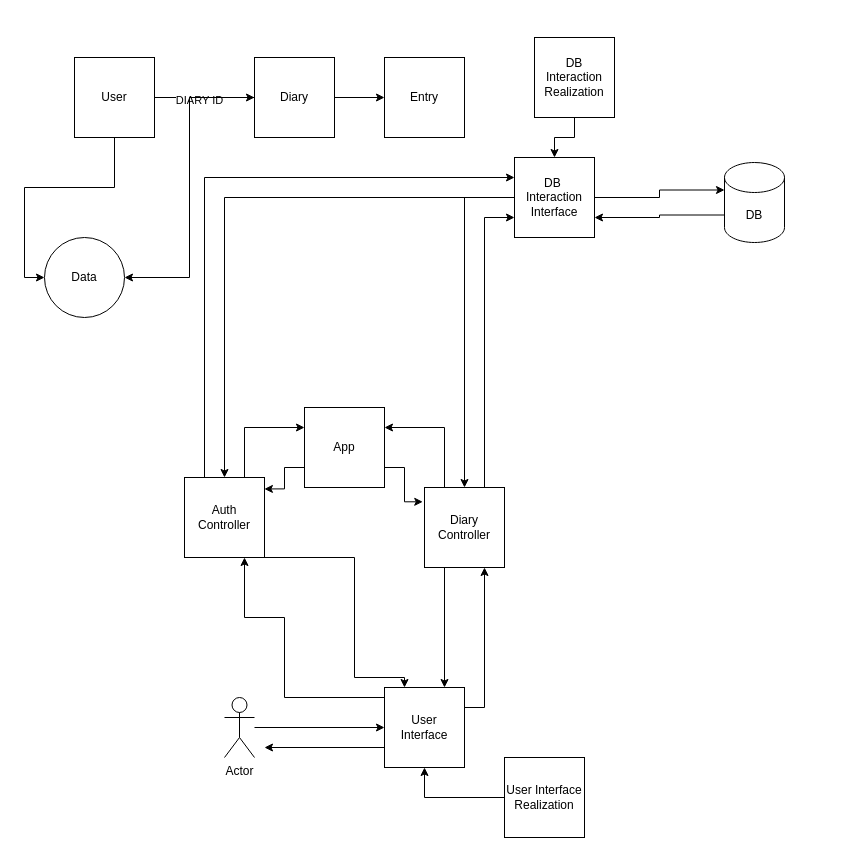
SPYASHII/DiaryApp keeps this draw.io diagram as page "Страница — 1" (1 of 5) of Diagrams/DiaryApp.drawio. Above is the earlier version. Source tidied: cells renumbered, new cells numbered last; positions are measured from the earlier drawing's top-left corner, leaving out a move shared by most shapes. Both pictures are drawn from the tidied source at 100%, with x=0, y=0 at pixel (44, 37).
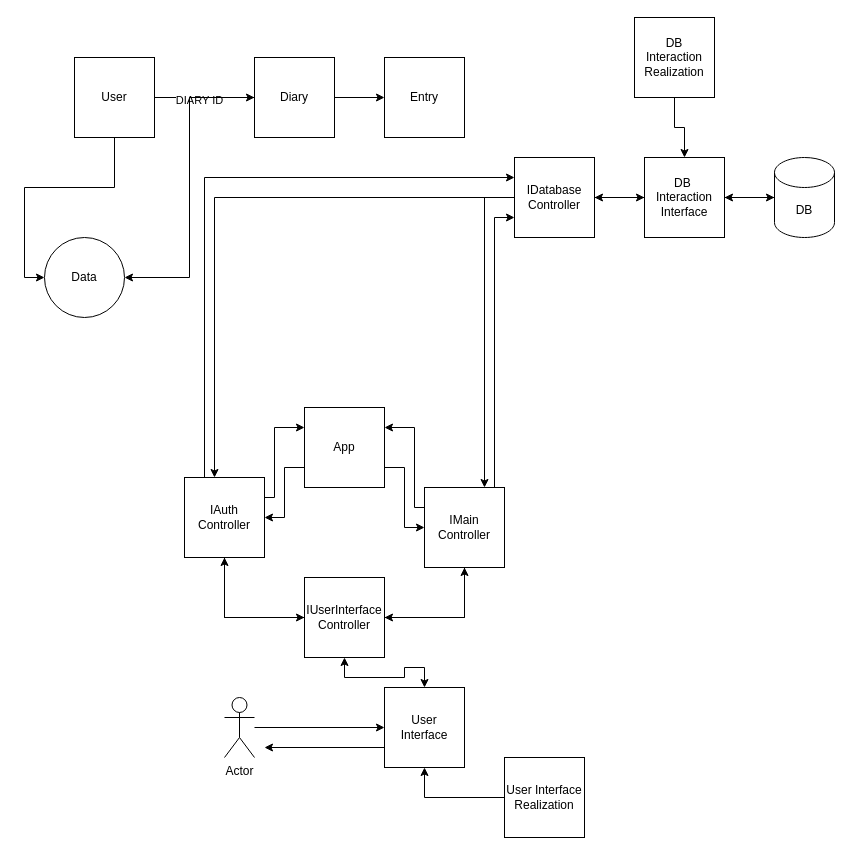
The same diagram, later.

The change refers to these unchanged cells:
```xml
<mxCell id="10" value="App" style="whiteSpace=wrap;html=1;" parent="1" vertex="1">
  <mxGeometry x="260" y="370" width="80" height="80" as="geometry" />
</mxCell>
<mxCell id="16" value="User&lt;div&gt;Interface&lt;/div&gt;" style="whiteSpace=wrap;html=1;" parent="1" vertex="1">
  <mxGeometry x="340" y="650" width="80" height="80" as="geometry" />
</mxCell>
```

What changed in the source:
```diff
@@
-    <mxCell id="14" style="edgeStyle=orthogonalEdgeStyle;rounded=0;jettySize=auto;html=1;exitX=1;exitY=0.25;exitDx=0;exitDy=0;entryX=0.75;entryY=1;entryDx=0;entryDy=0;" parent="1" edge="1" source="16" target="31">
-      <mxGeometry relative="1" as="geometry" />
-    </mxCell>
-    <mxCell id="15" style="edgeStyle=orthogonalEdgeStyle;rounded=0;jettySize=auto;html=1;exitX=0;exitY=0.25;exitDx=0;exitDy=0;entryX=0.75;entryY=1;entryDx=0;entryDy=0;" parent="1" edge="1" source="16" target="35">
-      <mxGeometry relative="1" as="geometry">
-        <Array as="points">
-          <mxPoint x="340" y="660" />
-          <mxPoint x="240" y="660" />
-          <mxPoint x="240" y="580" />
-          <mxPoint x="200" y="580" />
-        </Array>
-      </mxGeometry>
-    </mxCell>
@@
-    <mxCell id="17" style="edgeStyle=orthogonalEdgeStyle;rounded=0;jettySize=auto;html=1;exitX=0;exitY=0;exitDx=0;exitDy=52.5;exitPerimeter=0;entryX=1;entryY=0.75;entryDx=0;entryDy=0;" parent="1" edge="1" source="18" target="21">
-      <mxGeometry relative="1" as="geometry" />
-    </mxCell>
+    <mxCell id="38" style="edgeStyle=orthogonalEdgeStyle;rounded=0;jettySize=auto;html=1;" parent="1" edge="1" source="18" target="48">
+      <mxGeometry relative="1" as="geometry" />
+    </mxCell>
     <mxCell id="18" value="DB" style="shape=cylinder3;whiteSpace=wrap;html=1;boundedLbl=1;backgroundOutline=1;size=15;" parent="1" vertex="1">
-      <mxGeometry x="680" y="125" width="60" height="80" as="geometry" />
+      <mxGeometry x="730" y="120" width="60" height="80" as="geometry" />
     </mxCell>
     <mxCell id="19" style="edgeStyle=orthogonalEdgeStyle;rounded=0;jettySize=auto;html=1;" parent="1" edge="1" source="21" target="35">
-      <mxGeometry relative="1" as="geometry" />
+      <mxGeometry relative="1" as="geometry">
+        <Array as="points">
+          <mxPoint x="170" y="160" />
+        </Array>
+      </mxGeometry>
     </mxCell>
     <mxCell id="20" style="edgeStyle=orthogonalEdgeStyle;rounded=0;jettySize=auto;html=1;" parent="1" edge="1" source="21" target="31">
-      <mxGeometry relative="1" as="geometry" />
+      <mxGeometry relative="1" as="geometry">
+        <Array as="points">
+          <mxPoint x="440" y="160" />
+        </Array>
+      </mxGeometry>
     </mxCell>
+    <mxCell id="39" style="edgeStyle=orthogonalEdgeStyle;rounded=0;jettySize=auto;html=1;" parent="1" edge="1" source="21" target="48">
+      <mxGeometry relative="1" as="geometry" />
+    </mxCell>
-    <mxCell id="21" value="DB&amp;nbsp;&lt;div&gt;Interaction&lt;br&gt;Interface&lt;/div&gt;" style="whiteSpace=wrap;html=1;" parent="1" vertex="1">
+    <mxCell id="21" value="IDatabase&lt;div&gt;Controller&lt;/div&gt;" style="whiteSpace=wrap;html=1;" parent="1" vertex="1">
       <mxGeometry x="470" y="120" width="80" height="80" as="geometry" />
     </mxCell>
-    <mxCell id="22" style="edgeStyle=orthogonalEdgeStyle;rounded=0;jettySize=auto;html=1;entryX=0;entryY=0;entryDx=0;entryDy=27.5;entryPerimeter=0;" parent="1" edge="1" source="21" target="18">
-      <mxGeometry relative="1" as="geometry" />
-    </mxCell>
-    <mxCell id="23" style="edgeStyle=orthogonalEdgeStyle;rounded=0;jettySize=auto;html=1;" parent="1" edge="1" source="24" target="21">
+    <mxCell id="23" style="edgeStyle=orthogonalEdgeStyle;rounded=0;jettySize=auto;html=1;" parent="1" edge="1" source="24" target="48">
       <mxGeometry relative="1" as="geometry" />
     </mxCell>
     <mxCell id="24" value="DB&lt;div&gt;Interaction&lt;br&gt;Realization&lt;/div&gt;" style="whiteSpace=wrap;html=1;" parent="1" vertex="1">
-      <mxGeometry x="490" width="80" height="80" as="geometry" />
+      <mxGeometry x="590" y="-20" width="80" height="80" as="geometry" />
     </mxCell>
@@
     <mxCell id="28" style="edgeStyle=orthogonalEdgeStyle;rounded=0;jettySize=auto;html=1;" parent="1" edge="1" source="31" target="21">
       <mxGeometry relative="1" as="geometry">
         <Array as="points">
-          <mxPoint x="440" y="180" />
+          <mxPoint x="450" y="180" />
         </Array>
       </mxGeometry>
     </mxCell>
-    <mxCell id="29" style="edgeStyle=orthogonalEdgeStyle;rounded=0;jettySize=auto;html=1;exitX=0.25;exitY=1;exitDx=0;exitDy=0;entryX=0.75;entryY=0;entryDx=0;entryDy=0;" parent="1" edge="1" source="31" target="16">
-      <mxGeometry relative="1" as="geometry" />
-    </mxCell>
-    <mxCell id="30" style="edgeStyle=orthogonalEdgeStyle;rounded=0;jettySize=auto;html=1;exitX=0.25;exitY=0;exitDx=0;exitDy=0;entryX=1;entryY=0.25;entryDx=0;entryDy=0;" parent="1" edge="1" source="31" target="10">
-      <mxGeometry relative="1" as="geometry" />
+    <mxCell id="30" style="edgeStyle=orthogonalEdgeStyle;rounded=0;jettySize=auto;html=1;exitX=0;exitY=0.25;exitDx=0;exitDy=0;entryX=1;entryY=0.25;entryDx=0;entryDy=0;" parent="1" edge="1" source="31" target="10">
+      <mxGeometry relative="1" as="geometry">
+        <Array as="points">
+          <mxPoint x="370" y="470" />
+          <mxPoint x="370" y="390" />
+        </Array>
+      </mxGeometry>
     </mxCell>
+    <mxCell id="40" style="edgeStyle=orthogonalEdgeStyle;rounded=0;jettySize=auto;html=1;exitX=0.5;exitY=1;exitDx=0;exitDy=0;entryX=1;entryY=0.5;entryDx=0;entryDy=0;" parent="1" edge="1" source="31" target="45">
+      <mxGeometry relative="1" as="geometry" />
+    </mxCell>
-    <mxCell id="31" value="Diary Controller" style="whiteSpace=wrap;html=1;" parent="1" vertex="1">
+    <mxCell id="31" value="IMain Controller" style="whiteSpace=wrap;html=1;" parent="1" vertex="1">
       <mxGeometry x="380" y="450" width="80" height="80" as="geometry" />
     </mxCell>
@@
-    <mxCell id="33" style="edgeStyle=orthogonalEdgeStyle;rounded=0;jettySize=auto;html=1;exitX=0.75;exitY=1;exitDx=0;exitDy=0;entryX=0.25;entryY=0;entryDx=0;entryDy=0;" parent="1" edge="1" source="35" target="16">
-      <mxGeometry relative="1" as="geometry">
-        <Array as="points">
-          <mxPoint x="310" y="640" />
-          <mxPoint x="360" y="640" />
-        </Array>
-      </mxGeometry>
-    </mxCell>
-    <mxCell id="34" style="edgeStyle=orthogonalEdgeStyle;rounded=0;jettySize=auto;html=1;exitX=0.75;exitY=0;exitDx=0;exitDy=0;entryX=0;entryY=0.25;entryDx=0;entryDy=0;" parent="1" edge="1" source="35" target="10">
-      <mxGeometry relative="1" as="geometry" />
+    <mxCell id="34" style="edgeStyle=orthogonalEdgeStyle;rounded=0;jettySize=auto;html=1;exitX=1;exitY=0.25;exitDx=0;exitDy=0;entryX=0;entryY=0.25;entryDx=0;entryDy=0;" parent="1" edge="1" source="35" target="10">
+      <mxGeometry relative="1" as="geometry">
+        <Array as="points">
+          <mxPoint x="230" y="460" />
+          <mxPoint x="230" y="390" />
+        </Array>
+      </mxGeometry>
     </mxCell>
+    <mxCell id="41" style="edgeStyle=orthogonalEdgeStyle;rounded=0;jettySize=auto;html=1;exitX=0.5;exitY=1;exitDx=0;exitDy=0;entryX=0;entryY=0.5;entryDx=0;entryDy=0;" parent="1" edge="1" source="35" target="45">
+      <mxGeometry relative="1" as="geometry" />
+    </mxCell>
-    <mxCell id="35" value="Auth Controller" style="whiteSpace=wrap;html=1;" parent="1" vertex="1">
+    <mxCell id="35" value="IAuth Controller" style="whiteSpace=wrap;html=1;" parent="1" vertex="1">
       <mxGeometry x="140" y="440" width="80" height="80" as="geometry" />
     </mxCell>
-    <mxCell id="36" style="edgeStyle=orthogonalEdgeStyle;rounded=0;jettySize=auto;html=1;exitX=0;exitY=0.75;exitDx=0;exitDy=0;entryX=0.999;entryY=0.143;entryDx=0;entryDy=0;entryPerimeter=0;" parent="1" edge="1" source="10" target="35">
+    <mxCell id="36" style="edgeStyle=orthogonalEdgeStyle;rounded=0;jettySize=auto;html=1;exitX=0;exitY=0.75;exitDx=0;exitDy=0;entryX=1;entryY=0.5;entryDx=0;entryDy=0;" parent="1" edge="1" source="10" target="35">
       <mxGeometry relative="1" as="geometry" />
     </mxCell>
-    <mxCell id="37" style="edgeStyle=orthogonalEdgeStyle;rounded=0;jettySize=auto;html=1;exitX=1;exitY=0.75;exitDx=0;exitDy=0;entryX=-0.022;entryY=0.179;entryDx=0;entryDy=0;entryPerimeter=0;" parent="1" edge="1" source="10" target="31">
+    <mxCell id="37" style="edgeStyle=orthogonalEdgeStyle;rounded=0;jettySize=auto;html=1;exitX=1;exitY=0.75;exitDx=0;exitDy=0;entryX=0;entryY=0.5;entryDx=0;entryDy=0;" parent="1" edge="1" source="10" target="31">
       <mxGeometry relative="1" as="geometry" />
     </mxCell>
+    <mxCell id="42" style="edgeStyle=orthogonalEdgeStyle;rounded=0;jettySize=auto;html=1;exitX=0;exitY=0.5;exitDx=0;exitDy=0;entryX=0.5;entryY=1;entryDx=0;entryDy=0;" parent="1" edge="1" source="45" target="35">
+      <mxGeometry relative="1" as="geometry" />
+    </mxCell>
+    <mxCell id="43" style="edgeStyle=orthogonalEdgeStyle;rounded=0;jettySize=auto;html=1;exitX=1;exitY=0.5;exitDx=0;exitDy=0;entryX=0.5;entryY=1;entryDx=0;entryDy=0;" parent="1" edge="1" source="45" target="31">
+      <mxGeometry relative="1" as="geometry" />
+    </mxCell>
+    <mxCell id="44" style="edgeStyle=orthogonalEdgeStyle;rounded=0;jettySize=auto;html=1;exitX=0.5;exitY=1;exitDx=0;exitDy=0;entryX=0.5;entryY=0;entryDx=0;entryDy=0;startArrow=classic;startFill=1;" parent="1" edge="1" source="45" target="16">
+      <mxGeometry relative="1" as="geometry" />
+    </mxCell>
+    <mxCell id="45" value="IUserInterface&lt;div&gt;Controller&lt;/div&gt;" style="whiteSpace=wrap;html=1;" parent="1" vertex="1">
+      <mxGeometry x="260" y="540" width="80" height="80" as="geometry" />
+    </mxCell>
+    <mxCell id="46" style="edgeStyle=orthogonalEdgeStyle;rounded=0;jettySize=auto;html=1;" parent="1" edge="1" source="48" target="21">
+      <mxGeometry relative="1" as="geometry" />
+    </mxCell>
+    <mxCell id="47" style="edgeStyle=orthogonalEdgeStyle;rounded=0;jettySize=auto;html=1;" parent="1" edge="1" source="48" target="18">
+      <mxGeometry relative="1" as="geometry">
+        <Array as="points">
+          <mxPoint x="710" y="160" />
+          <mxPoint x="710" y="160" />
+        </Array>
+      </mxGeometry>
+    </mxCell>
+    <mxCell id="48" value="DB&amp;nbsp;&lt;div&gt;Interaction&lt;br&gt;Interface&lt;/div&gt;" style="whiteSpace=wrap;html=1;" parent="1" vertex="1">
+      <mxGeometry x="600" y="120" width="80" height="80" as="geometry" />
+    </mxCell>
```
